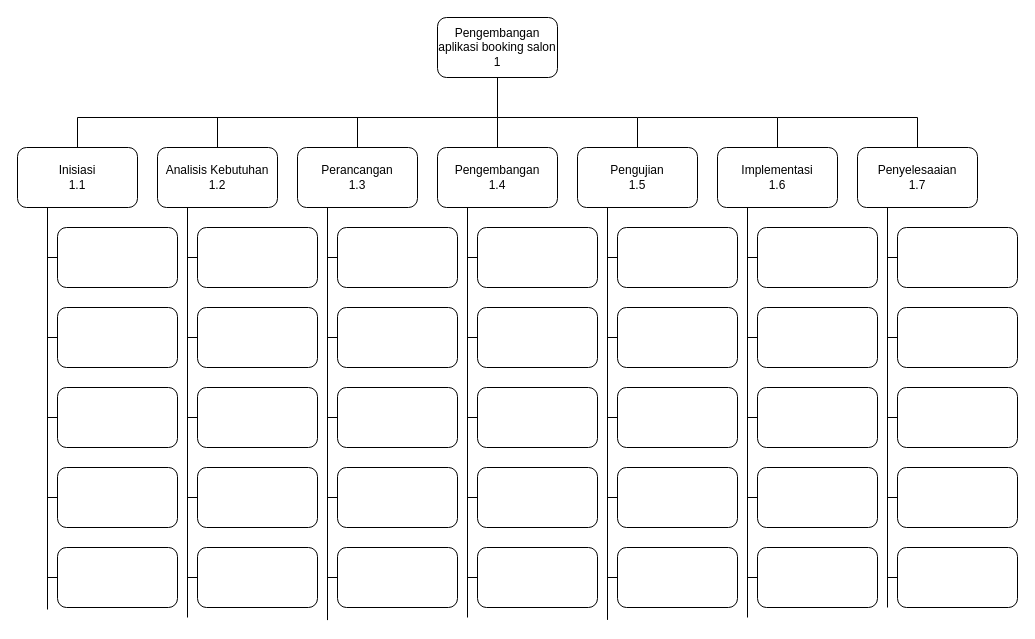
Before: manpro.drawio in Nadanafisah676/Nadanafisah676, a draw.io diagram. Source tidied: cells renumbered, new cells numbered last; positions are measured from the earlier drawing's top-left corner, leaving out a move shared by most shapes. Both pictures are drawn from the tidied source at 100%, with x=0, y=0 at pixel (17, 17).
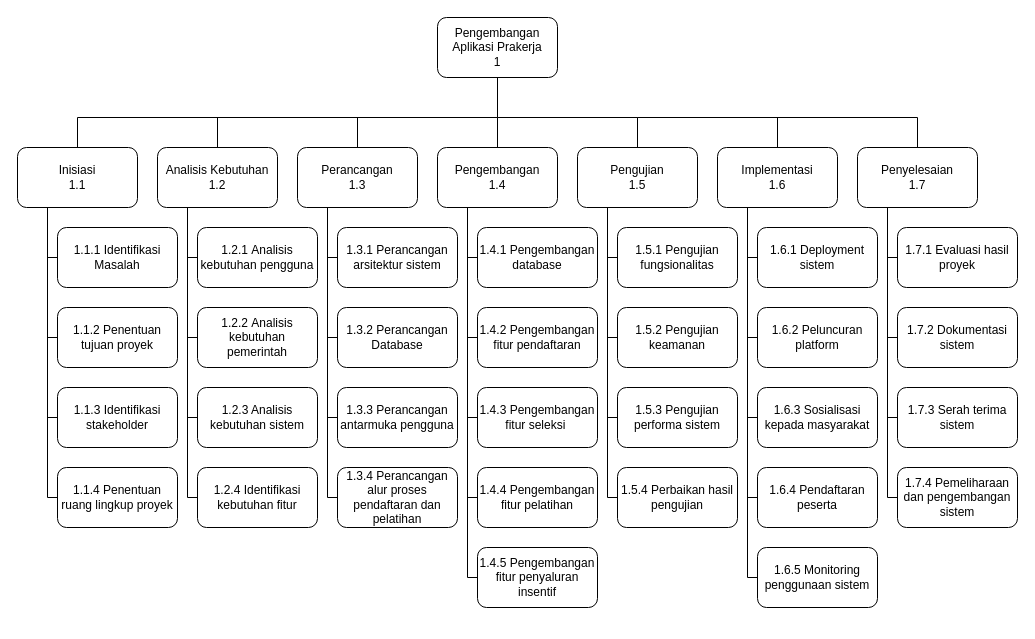
The same page after the edit.

Unchanged cells that the change refers to:
```xml
<mxCell id="3" value="Perancangan&lt;div&gt;1.3&lt;/div&gt;" style="rounded=1;whiteSpace=wrap;html=1;" parent="1" vertex="1">
  <mxGeometry x="280" y="130" width="120" height="60" as="geometry" />
</mxCell>
<mxCell id="4" value="Pengembangan&lt;div&gt;1.4&lt;/div&gt;" style="rounded=1;whiteSpace=wrap;html=1;" parent="1" vertex="1">
  <mxGeometry x="420" y="130" width="120" height="60" as="geometry" />
</mxCell>
<mxCell id="5" value="Implementasi&lt;div&gt;1.6&lt;/div&gt;" style="rounded=1;whiteSpace=wrap;html=1;" parent="1" vertex="1">
  <mxGeometry x="700" y="130" width="120" height="60" as="geometry" />
</mxCell>
<mxCell id="6" value="Pengujian&lt;div&gt;1.5&lt;/div&gt;" style="rounded=1;whiteSpace=wrap;html=1;" parent="1" vertex="1">
  <mxGeometry x="560" y="130" width="120" height="60" as="geometry" />
</mxCell>
```

Change to the diagram source:
```diff
@@
-    <mxCell id="2" value="Pengembangan aplikasi booking salon&lt;div&gt;1&lt;/div&gt;" style="rounded=1;whiteSpace=wrap;html=1;" parent="1" vertex="1">
+    <mxCell id="2" value="Pengembangan Aplikasi Prakerja&lt;div&gt;1&lt;/div&gt;" style="rounded=1;whiteSpace=wrap;html=1;" parent="1" vertex="1">
       <mxGeometry x="420" width="120" height="60" as="geometry" />
     </mxCell>
@@
-    <mxCell id="7" value="Penyelesaaian&lt;div&gt;1.7&lt;/div&gt;" style="rounded=1;whiteSpace=wrap;html=1;" parent="1" vertex="1">
-      <mxGeometry x="840" y="130" width="120" height="60" as="geometry" />
-    </mxCell>
-    <mxCell id="8" value="Inisiasi&lt;div&gt;1.1&lt;/div&gt;" style="rounded=1;whiteSpace=wrap;html=1;" parent="1" vertex="1">
+    <mxCell id="8" value="Inisiasi&lt;br&gt;&lt;div&gt;1.1&lt;/div&gt;" style="rounded=1;whiteSpace=wrap;html=1;" parent="1" vertex="1">
       <mxGeometry y="130" width="120" height="60" as="geometry" />
     </mxCell>
-    <mxCell id="9" value="Analisis Kebutuhan&lt;div&gt;1.2&lt;/div&gt;" style="rounded=1;whiteSpace=wrap;html=1;" parent="1" vertex="1">
+    <mxCell id="9" value="Analisis Kebutuhan&lt;br&gt;&lt;div&gt;1.2&lt;/div&gt;" style="rounded=1;whiteSpace=wrap;html=1;" parent="1" vertex="1">
       <mxGeometry x="140" y="130" width="120" height="60" as="geometry" />
     </mxCell>
@@
-    <mxCell id="17" style="endArrow=none;html=1;rounded=0;exitX=0.5;exitY=0;exitDx=0;exitDy=0;" parent="1" edge="1" source="7">
+    <mxCell id="17" style="endArrow=none;html=1;rounded=0;" parent="1" edge="1">
       <mxGeometry relative="1" as="geometry">
+        <mxPoint x="760" y="100" as="sourcePoint" />
         <mxPoint x="760" y="100" as="targetPoint" />
-        <Array as="points">
-          <mxPoint x="900" y="100" />
-        </Array>
       </mxGeometry>
     </mxCell>
-    <mxCell id="18" style="rounded=1;whiteSpace=wrap;html=1;" parent="1" vertex="1">
+    <mxCell id="18" value="1.1.1 Identifikasi Masalah" style="rounded=1;whiteSpace=wrap;html=1;" parent="1" vertex="1">
       <mxGeometry x="40" y="210" width="120" height="60" as="geometry" />
     </mxCell>
-    <mxCell id="19" style="rounded=1;whiteSpace=wrap;html=1;" parent="1" vertex="1">
+    <mxCell id="19" value="1.2.1&amp;nbsp;Analisis kebutuhan pengguna" style="rounded=1;whiteSpace=wrap;html=1;" parent="1" vertex="1">
       <mxGeometry x="180" y="210" width="120" height="60" as="geometry" />
     </mxCell>
-    <mxCell id="20" style="rounded=1;whiteSpace=wrap;html=1;" parent="1" vertex="1">
+    <mxCell id="20" value="1.3.1 Perancangan arsitektur sistem" style="rounded=1;whiteSpace=wrap;html=1;" parent="1" vertex="1">
       <mxGeometry x="320" y="210" width="120" height="60" as="geometry" />
     </mxCell>
-    <mxCell id="21" style="rounded=1;whiteSpace=wrap;html=1;" parent="1" vertex="1">
+    <mxCell id="21" value="1.4.1 Pengembangan database" style="rounded=1;whiteSpace=wrap;html=1;" parent="1" vertex="1">
       <mxGeometry x="460" y="210" width="120" height="60" as="geometry" />
     </mxCell>
-    <mxCell id="22" style="rounded=1;whiteSpace=wrap;html=1;" parent="1" vertex="1">
+    <mxCell id="22" value="1.5.1 Pengujian fungsionalitas" style="rounded=1;whiteSpace=wrap;html=1;" parent="1" vertex="1">
       <mxGeometry x="600" y="210" width="120" height="60" as="geometry" />
     </mxCell>
-    <mxCell id="23" style="rounded=1;whiteSpace=wrap;html=1;" parent="1" vertex="1">
+    <mxCell id="23" value="1.6.1 Deployment sistem" style="rounded=1;whiteSpace=wrap;html=1;" parent="1" vertex="1">
       <mxGeometry x="740" y="210" width="120" height="60" as="geometry" />
     </mxCell>
-    <mxCell id="24" style="rounded=1;whiteSpace=wrap;html=1;" parent="1" vertex="1">
-      <mxGeometry x="880" y="210" width="120" height="60" as="geometry" />
-    </mxCell>
     <mxCell id="25" style="endArrow=none;html=1;rounded=0;exitX=0.25;exitY=1;exitDx=0;exitDy=0;" parent="1" edge="1" source="8">
       <mxGeometry relative="1" as="geometry">
-        <mxPoint x="30" y="592" as="targetPoint" />
+        <mxPoint x="30" y="480" as="targetPoint" />
       </mxGeometry>
     </mxCell>
     <mxCell id="26" style="endArrow=none;html=1;rounded=0;exitX=0.25;exitY=1;exitDx=0;exitDy=0;" parent="1" edge="1" source="9">
       <mxGeometry relative="1" as="geometry">
-        <mxPoint x="170" y="600" as="targetPoint" />
+        <mxPoint x="170" y="480" as="targetPoint" />
       </mxGeometry>
     </mxCell>
     <mxCell id="27" style="endArrow=none;html=1;rounded=0;exitX=0.25;exitY=1;exitDx=0;exitDy=0;" parent="1" edge="1" source="3">
       <mxGeometry relative="1" as="geometry">
-        <mxPoint x="310" y="602.6" as="targetPoint" />
+        <mxPoint x="310" y="480" as="targetPoint" />
       </mxGeometry>
     </mxCell>
     <mxCell id="28" style="endArrow=none;html=1;rounded=0;exitX=0.25;exitY=1;exitDx=0;exitDy=0;" parent="1" edge="1" source="4">
       <mxGeometry relative="1" as="geometry">
-        <mxPoint x="450" y="600" as="targetPoint" />
+        <mxPoint x="450" y="560" as="targetPoint" />
       </mxGeometry>
     </mxCell>
     <mxCell id="29" style="endArrow=none;html=1;rounded=0;exitX=0.25;exitY=1;exitDx=0;exitDy=0;" parent="1" edge="1" source="6">
       <mxGeometry relative="1" as="geometry">
-        <mxPoint x="590" y="602.4" as="targetPoint" />
+        <mxPoint x="590" y="480" as="targetPoint" />
       </mxGeometry>
     </mxCell>
     <mxCell id="30" style="endArrow=none;html=1;rounded=0;exitX=0.25;exitY=1;exitDx=0;exitDy=0;" parent="1" edge="1" source="5">
       <mxGeometry relative="1" as="geometry">
-        <mxPoint x="730" y="600" as="targetPoint" />
+        <mxPoint x="730" y="560" as="targetPoint" />
       </mxGeometry>
     </mxCell>
-    <mxCell id="31" style="endArrow=none;html=1;rounded=0;exitX=0.25;exitY=1;exitDx=0;exitDy=0;" parent="1" edge="1" source="7">
-      <mxGeometry relative="1" as="geometry">
-        <mxPoint x="870" y="590" as="targetPoint" />
-      </mxGeometry>
-    </mxCell>
-    <mxCell id="32" style="rounded=1;whiteSpace=wrap;html=1;" parent="1" vertex="1">
+    <mxCell id="32" value="1.1.2 Penentuan tujuan proyek" style="rounded=1;whiteSpace=wrap;html=1;" parent="1" vertex="1">
       <mxGeometry x="40" y="290" width="120" height="60" as="geometry" />
     </mxCell>
-    <mxCell id="33" style="rounded=1;whiteSpace=wrap;html=1;" parent="1" vertex="1">
+    <mxCell id="33" value="1.1.3 Identifikasi stakeholder" style="rounded=1;whiteSpace=wrap;html=1;" parent="1" vertex="1">
       <mxGeometry x="40" y="370" width="120" height="60" as="geometry" />
     </mxCell>
-    <mxCell id="34" style="rounded=1;whiteSpace=wrap;html=1;" parent="1" vertex="1">
+    <mxCell id="34" value="1.1.4 Penentuan ruang lingkup proyek" style="rounded=1;whiteSpace=wrap;html=1;" parent="1" vertex="1">
       <mxGeometry x="40" y="450" width="120" height="60" as="geometry" />
     </mxCell>
-    <mxCell id="35" style="rounded=1;whiteSpace=wrap;html=1;" parent="1" vertex="1">
-      <mxGeometry x="40" y="530" width="120" height="60" as="geometry" />
-    </mxCell>
-    <mxCell id="36" style="rounded=1;whiteSpace=wrap;html=1;" parent="1" vertex="1">
+    <mxCell id="36" value="1.2.2&amp;nbsp;Analisis kebutuhan pemerintah" style="rounded=1;whiteSpace=wrap;html=1;" parent="1" vertex="1">
       <mxGeometry x="180" y="290" width="120" height="60" as="geometry" />
     </mxCell>
-    <mxCell id="37" style="rounded=1;whiteSpace=wrap;html=1;" parent="1" vertex="1">
+    <mxCell id="37" value="1.2.3 Analisis kebutuhan sistem" style="rounded=1;whiteSpace=wrap;html=1;" parent="1" vertex="1">
       <mxGeometry x="180" y="370" width="120" height="60" as="geometry" />
     </mxCell>
-    <mxCell id="38" style="rounded=1;whiteSpace=wrap;html=1;" parent="1" vertex="1">
+    <mxCell id="38" value="1.2.4 Identifikasi kebutuhan fitur" style="rounded=1;whiteSpace=wrap;html=1;" parent="1" vertex="1">
       <mxGeometry x="180" y="450" width="120" height="60" as="geometry" />
     </mxCell>
-    <mxCell id="39" style="rounded=1;whiteSpace=wrap;html=1;" parent="1" vertex="1">
-      <mxGeometry x="180" y="530" width="120" height="60" as="geometry" />
-    </mxCell>
-    <mxCell id="40" style="rounded=1;whiteSpace=wrap;html=1;" parent="1" vertex="1">
+    <mxCell id="40" value="1.3.2 Perancangan Database" style="rounded=1;whiteSpace=wrap;html=1;" parent="1" vertex="1">
       <mxGeometry x="320" y="290" width="120" height="60" as="geometry" />
     </mxCell>
-    <mxCell id="41" style="rounded=1;whiteSpace=wrap;html=1;" parent="1" vertex="1">
+    <mxCell id="41" value="1.3.3 Perancangan antarmuka pengguna" style="rounded=1;whiteSpace=wrap;html=1;" parent="1" vertex="1">
       <mxGeometry x="320" y="370" width="120" height="60" as="geometry" />
     </mxCell>
-    <mxCell id="42" style="rounded=1;whiteSpace=wrap;html=1;" parent="1" vertex="1">
+    <mxCell id="42" value="1.3.4 Perancangan alur proses pendaftaran dan pelatihan" style="rounded=1;whiteSpace=wrap;html=1;" parent="1" vertex="1">
       <mxGeometry x="320" y="450" width="120" height="60" as="geometry" />
     </mxCell>
-    <mxCell id="43" style="rounded=1;whiteSpace=wrap;html=1;" parent="1" vertex="1">
-      <mxGeometry x="320" y="530" width="120" height="60" as="geometry" />
-    </mxCell>
@@
-    <mxCell id="48" style="endArrow=none;html=1;rounded=0;entryX=0;entryY=0.5;entryDx=0;entryDy=0;" parent="1" edge="1" target="35">
-      <mxGeometry relative="1" as="geometry">
-        <mxPoint x="30" y="560" as="sourcePoint" />
-      </mxGeometry>
-    </mxCell>
-    <mxCell id="49" style="rounded=1;whiteSpace=wrap;html=1;" parent="1" vertex="1">
+    <mxCell id="49" value="1.4.2 Pengembangan fitur pendaftaran" style="rounded=1;whiteSpace=wrap;html=1;" parent="1" vertex="1">
       <mxGeometry x="460" y="290" width="120" height="60" as="geometry" />
     </mxCell>
-    <mxCell id="50" style="rounded=1;whiteSpace=wrap;html=1;" parent="1" vertex="1">
+    <mxCell id="50" value="1.4.3 Pengembangan fitur seleksi&amp;nbsp;" style="rounded=1;whiteSpace=wrap;html=1;" parent="1" vertex="1">
       <mxGeometry x="460" y="370" width="120" height="60" as="geometry" />
     </mxCell>
-    <mxCell id="51" style="rounded=1;whiteSpace=wrap;html=1;" parent="1" vertex="1">
+    <mxCell id="51" value="1.4.4 Pengembangan fitur pelatihan" style="rounded=1;whiteSpace=wrap;html=1;" parent="1" vertex="1">
       <mxGeometry x="460" y="450" width="120" height="60" as="geometry" />
     </mxCell>
-    <mxCell id="52" style="rounded=1;whiteSpace=wrap;html=1;" parent="1" vertex="1">
+    <mxCell id="52" value="1.4.5 Pengembangan fitur penyaluran insentif" style="rounded=1;whiteSpace=wrap;html=1;" parent="1" vertex="1">
       <mxGeometry x="460" y="530" width="120" height="60" as="geometry" />
     </mxCell>
-    <mxCell id="53" style="rounded=1;whiteSpace=wrap;html=1;" parent="1" vertex="1">
+    <mxCell id="53" value="1.5.2 Pengujian keamanan" style="rounded=1;whiteSpace=wrap;html=1;" parent="1" vertex="1">
       <mxGeometry x="600" y="290" width="120" height="60" as="geometry" />
     </mxCell>
-    <mxCell id="54" style="rounded=1;whiteSpace=wrap;html=1;" parent="1" vertex="1">
+    <mxCell id="54" value="1.5.3 Pengujian performa sistem" style="rounded=1;whiteSpace=wrap;html=1;" parent="1" vertex="1">
       <mxGeometry x="600" y="370" width="120" height="60" as="geometry" />
     </mxCell>
-    <mxCell id="55" style="rounded=1;whiteSpace=wrap;html=1;" parent="1" vertex="1">
+    <mxCell id="55" value="1.5.4 Perbaikan hasil pengujian" style="rounded=1;whiteSpace=wrap;html=1;" parent="1" vertex="1">
       <mxGeometry x="600" y="450" width="120" height="60" as="geometry" />
     </mxCell>
-    <mxCell id="56" style="rounded=1;whiteSpace=wrap;html=1;" parent="1" vertex="1">
-      <mxGeometry x="600" y="530" width="120" height="60" as="geometry" />
-    </mxCell>
-    <mxCell id="57" style="rounded=1;whiteSpace=wrap;html=1;" parent="1" vertex="1">
+    <mxCell id="57" value="1.6.2 Peluncuran platform" style="rounded=1;whiteSpace=wrap;html=1;" parent="1" vertex="1">
       <mxGeometry x="740" y="290" width="120" height="60" as="geometry" />
     </mxCell>
-    <mxCell id="58" style="rounded=1;whiteSpace=wrap;html=1;" parent="1" vertex="1">
+    <mxCell id="58" value="1.6.3 Sosialisasi kepada masyarakat" style="rounded=1;whiteSpace=wrap;html=1;" parent="1" vertex="1">
       <mxGeometry x="740" y="370" width="120" height="60" as="geometry" />
     </mxCell>
-    <mxCell id="59" style="rounded=1;whiteSpace=wrap;html=1;" parent="1" vertex="1">
+    <mxCell id="59" value="1.6.4 Pendaftaran peserta" style="rounded=1;whiteSpace=wrap;html=1;" parent="1" vertex="1">
       <mxGeometry x="740" y="450" width="120" height="60" as="geometry" />
     </mxCell>
-    <mxCell id="60" style="rounded=1;whiteSpace=wrap;html=1;" parent="1" vertex="1">
+    <mxCell id="60" value="1.6.5 Monitoring penggunaan sistem" style="rounded=1;whiteSpace=wrap;html=1;" parent="1" vertex="1">
       <mxGeometry x="740" y="530" width="120" height="60" as="geometry" />
     </mxCell>
-    <mxCell id="61" style="rounded=1;whiteSpace=wrap;html=1;" parent="1" vertex="1">
-      <mxGeometry x="880" y="290" width="120" height="60" as="geometry" />
-    </mxCell>
-    <mxCell id="62" style="rounded=1;whiteSpace=wrap;html=1;" parent="1" vertex="1">
-      <mxGeometry x="880" y="370" width="120" height="60" as="geometry" />
-    </mxCell>
-    <mxCell id="63" style="rounded=1;whiteSpace=wrap;html=1;" parent="1" vertex="1">
-      <mxGeometry x="880" y="450" width="120" height="60" as="geometry" />
-    </mxCell>
-    <mxCell id="64" style="rounded=1;whiteSpace=wrap;html=1;" parent="1" vertex="1">
-      <mxGeometry x="880" y="530" width="120" height="60" as="geometry" />
-    </mxCell>
@@
-    <mxCell id="69" style="endArrow=none;html=1;rounded=0;entryX=0;entryY=0.5;entryDx=0;entryDy=0;" parent="1" edge="1" target="39">
-      <mxGeometry relative="1" as="geometry">
-        <mxPoint x="170" y="560" as="sourcePoint" />
-      </mxGeometry>
-    </mxCell>
@@
-    <mxCell id="74" style="endArrow=none;html=1;rounded=0;entryX=0;entryY=0.5;entryDx=0;entryDy=0;" parent="1" edge="1" target="43">
-      <mxGeometry relative="1" as="geometry">
-        <mxPoint x="310" y="560" as="sourcePoint" />
-      </mxGeometry>
-    </mxCell>
@@
-    <mxCell id="84" style="endArrow=none;html=1;rounded=0;entryX=0;entryY=0.5;entryDx=0;entryDy=0;" parent="1" edge="1" target="56">
-      <mxGeometry relative="1" as="geometry">
-        <mxPoint x="590" y="560" as="sourcePoint" />
-      </mxGeometry>
-    </mxCell>
@@
-    <mxCell id="86" style="endArrow=none;html=1;rounded=0;entryX=0;entryY=0.5;entryDx=0;entryDy=0;" parent="1" edge="1" target="24">
-      <mxGeometry relative="1" as="geometry">
-        <mxPoint x="870" y="240" as="sourcePoint" />
-      </mxGeometry>
-    </mxCell>
@@
-    <mxCell id="88" style="endArrow=none;html=1;rounded=0;entryX=0;entryY=0.5;entryDx=0;entryDy=0;" parent="1" edge="1" target="61">
-      <mxGeometry relative="1" as="geometry">
-        <mxPoint x="870" y="320" as="sourcePoint" />
-      </mxGeometry>
-    </mxCell>
@@
-    <mxCell id="90" style="endArrow=none;html=1;rounded=0;entryX=0;entryY=0.5;entryDx=0;entryDy=0;" parent="1" edge="1" target="62">
-      <mxGeometry relative="1" as="geometry">
-        <mxPoint x="870" y="400" as="sourcePoint" />
-      </mxGeometry>
-    </mxCell>
@@
-    <mxCell id="92" style="endArrow=none;html=1;rounded=0;entryX=0;entryY=0.5;entryDx=0;entryDy=0;" parent="1" edge="1" target="63">
-      <mxGeometry relative="1" as="geometry">
-        <mxPoint x="870" y="480" as="sourcePoint" />
-      </mxGeometry>
-    </mxCell>
@@
-    <mxCell id="94" style="endArrow=none;html=1;rounded=0;entryX=0;entryY=0.5;entryDx=0;entryDy=0;" parent="1" edge="1" target="64">
-      <mxGeometry relative="1" as="geometry">
-        <mxPoint x="870" y="560" as="sourcePoint" />
-      </mxGeometry>
-    </mxCell>
+    <mxCell id="95" value="Penyelesaian&lt;div&gt;1.7&lt;/div&gt;" style="rounded=1;whiteSpace=wrap;html=1;" parent="1" vertex="1">
+      <mxGeometry x="840" y="130" width="120" height="60" as="geometry" />
+    </mxCell>
+    <mxCell id="96" value="1.7.1 Evaluasi hasil proyek" style="rounded=1;whiteSpace=wrap;html=1;" parent="1" vertex="1">
+      <mxGeometry x="880" y="210" width="120" height="60" as="geometry" />
+    </mxCell>
+    <mxCell id="97" style="endArrow=none;html=1;rounded=0;exitX=0.25;exitY=1;exitDx=0;exitDy=0;" parent="1" edge="1" source="95">
+      <mxGeometry relative="1" as="geometry">
+        <mxPoint x="870" y="480" as="targetPoint" />
+      </mxGeometry>
+    </mxCell>
+    <mxCell id="98" value="1.7.2 Dokumentasi sistem" style="rounded=1;whiteSpace=wrap;html=1;" parent="1" vertex="1">
+      <mxGeometry x="880" y="290" width="120" height="60" as="geometry" />
+    </mxCell>
+    <mxCell id="99" value="1.7.3 Serah terima sistem" style="rounded=1;whiteSpace=wrap;html=1;" parent="1" vertex="1">
+      <mxGeometry x="880" y="370" width="120" height="60" as="geometry" />
+    </mxCell>
+    <mxCell id="100" value="1.7.4 Pemeliharaan dan pengembangan sistem" style="rounded=1;whiteSpace=wrap;html=1;" parent="1" vertex="1">
+      <mxGeometry x="880" y="450" width="120" height="60" as="geometry" />
+    </mxCell>
+    <mxCell id="101" style="endArrow=none;html=1;rounded=0;entryX=0;entryY=0.5;entryDx=0;entryDy=0;" parent="1" edge="1" target="96">
+      <mxGeometry relative="1" as="geometry">
+        <mxPoint x="870" y="240" as="sourcePoint" />
+      </mxGeometry>
+    </mxCell>
+    <mxCell id="102" style="endArrow=none;html=1;rounded=0;entryX=0;entryY=0.5;entryDx=0;entryDy=0;" parent="1" edge="1" target="98">
+      <mxGeometry relative="1" as="geometry">
+        <mxPoint x="870" y="320" as="sourcePoint" />
+      </mxGeometry>
+    </mxCell>
+    <mxCell id="103" style="endArrow=none;html=1;rounded=0;" parent="1" edge="1">
+      <mxGeometry relative="1" as="geometry">
+        <mxPoint x="870" y="400" as="sourcePoint" />
+        <mxPoint x="880" y="400" as="targetPoint" />
+      </mxGeometry>
+    </mxCell>
+    <mxCell id="104" style="endArrow=none;html=1;rounded=0;entryX=0;entryY=0.5;entryDx=0;entryDy=0;" parent="1" edge="1" target="100">
+      <mxGeometry relative="1" as="geometry">
+        <mxPoint x="870" y="480" as="sourcePoint" />
+      </mxGeometry>
+    </mxCell>
+    <mxCell id="105" style="endArrow=none;html=1;rounded=0;exitX=0.5;exitY=0;exitDx=0;exitDy=0;" parent="1" edge="1" source="95">
+      <mxGeometry relative="1" as="geometry">
+        <mxPoint x="620" y="100" as="targetPoint" />
+        <Array as="points">
+          <mxPoint x="900" y="100" />
+        </Array>
+      </mxGeometry>
+    </mxCell>
```
